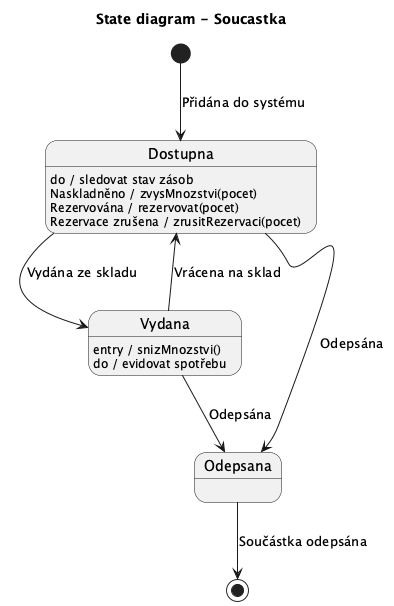
lkvapil/wms-elektronicke-soucastky keeps this PlantUML diagram as docs/images/10_state_soucastka_projekt.png. Above is the earlier version.
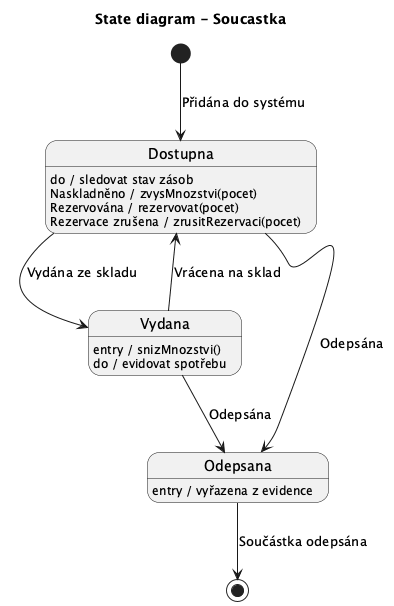
Above is the later version.

Commit message:
Soucastka – přidána akce entry/vyřazena v Odepsana, zmenšen diagram

Change to the diagram source:
```diff
@@ -17,6 +17,7 @@
 Vydana --> Dostupna : Vrácena na sklad
 Vydana --> Odepsana : Odepsána
 
+Odepsana : entry / vyřazena z evidence
 Odepsana --> [*] : Součástka odepsána
 
 @enduml
```
